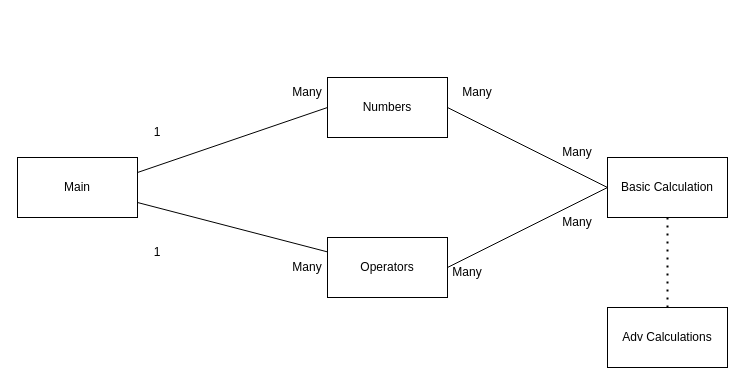
This is calculator1.drawio from jonaling/Calculator1, a draw.io file, before an edit. Source tidied: cells renumbered, new cells numbered last; positions are measured from the earlier drawing's top-left corner, leaving out a move shared by most shapes. Both pictures are drawn from the tidied source at 100%, with x=0, y=0 at pixel (17, 77).
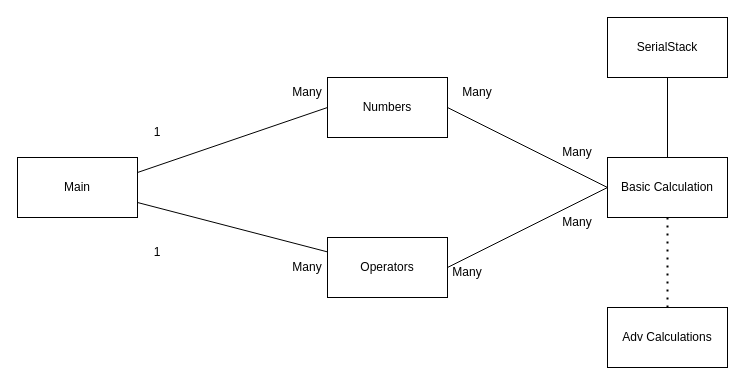
After the change.

Commit message:
Update calculator1.drawio to include serialization class

The change refers to these unchanged cells:
```xml
<mxCell id="4" value="Basic Calculation" style="rounded=0;whiteSpace=wrap;html=1;" parent="1" vertex="1">
  <mxGeometry x="590" y="80" width="120" height="60" as="geometry" />
</mxCell>
```

The edit, as a diff of the source:
```diff
@@
+    <mxCell id="20" value="SerialStack" style="rounded=0;whiteSpace=wrap;html=1;" parent="1" vertex="1">
+      <mxGeometry x="590" y="-60" width="120" height="60" as="geometry" />
+    </mxCell>
+    <mxCell id="21" style="endArrow=none;html=1;rounded=0;entryX=0.5;entryY=0;entryDx=0;entryDy=0;" parent="1" edge="1" source="20" target="4">
+      <mxGeometry relative="1" as="geometry" />
+    </mxCell>
```
